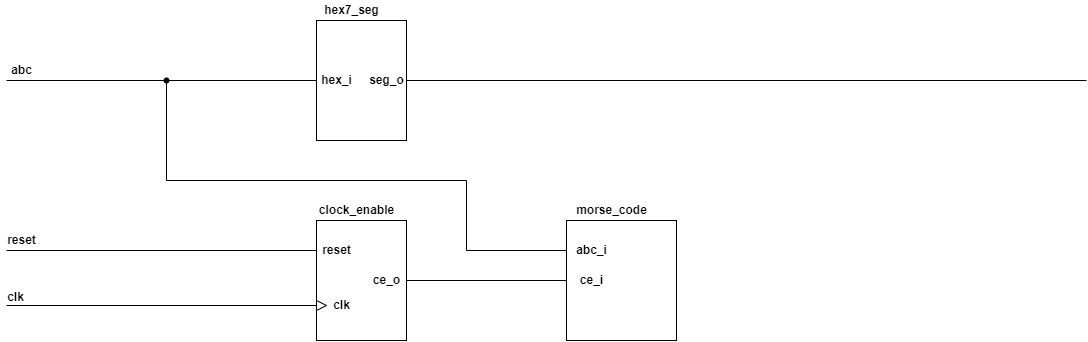
Above: labs/project/top.png in Marxs31/digital-electronics-1 (draw.io), before the change. Source tidied: cells renumbered, new cells last; positions are measured from the earlier drawing's top-left corner, leaving out a move shared by most shapes.
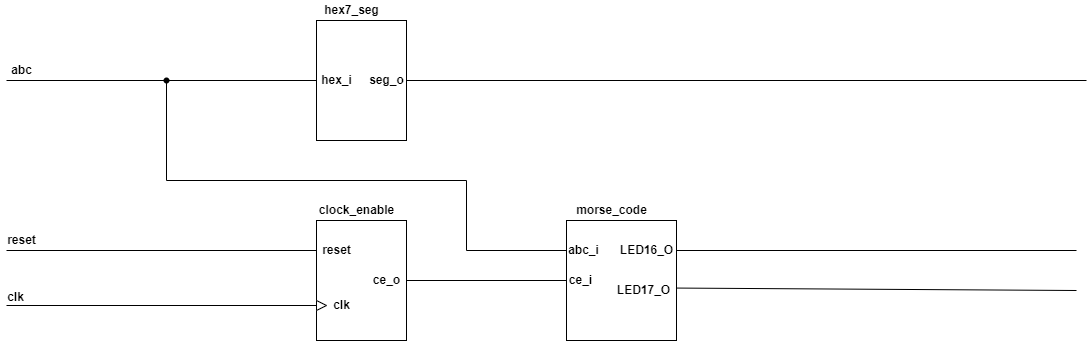
The same file after the commit.

The edit, as a diff of the source:
```diff
@@ -73,10 +73,10 @@
       </mxGeometry>
     </mxCell>
     <mxCell id="21" value="&lt;b&gt;abc_i&lt;/b&gt;" style="text;html=1;align=center;verticalAlign=middle;strokeColor=none;fillColor=none;" parent="1" vertex="1">
-      <mxGeometry x="566" y="240" width="50" height="20" as="geometry" />
+      <mxGeometry x="558" y="240" width="50" height="20" as="geometry" />
     </mxCell>
     <mxCell id="22" value="&lt;b&gt;ce_i&lt;/b&gt;" style="text;html=1;align=center;verticalAlign=middle;strokeColor=none;fillColor=none;" parent="1" vertex="1">
-      <mxGeometry x="571" y="270" width="40" height="20" as="geometry" />
+      <mxGeometry x="560" y="270" width="40" height="20" as="geometry" />
     </mxCell>
     <mxCell id="23" style="shape=waypoint;sketch=0;fillStyle=solid;size=6;points=[];fillColor=none;perimeter=centerPerimeter;snapToPoint=1;" parent="1" vertex="1">
       <mxGeometry x="146" y="60" width="40" height="40" as="geometry" />
@@ -95,5 +95,21 @@
     <mxCell id="27" value="&lt;b&gt;clk&lt;/b&gt;" style="text;html=1;align=center;verticalAlign=middle;strokeColor=none;fillColor=none;" parent="1" vertex="1">
       <mxGeometry y="287" width="30" height="20" as="geometry" />
     </mxCell>
+    <mxCell id="28" style="endArrow=none;html=1;rounded=0;entryX=1;entryY=0.25;entryDx=0;entryDy=0;" parent="1" edge="1" target="18">
+      <mxGeometry relative="1" as="geometry">
+        <mxPoint x="1076" y="250" as="sourcePoint" />
+      </mxGeometry>
+    </mxCell>
+    <mxCell id="29" style="endArrow=none;html=1;rounded=0;exitX=1;exitY=0.563;exitDx=0;exitDy=0;exitPerimeter=0;" parent="1" edge="1" source="18">
+      <mxGeometry relative="1" as="geometry">
+        <mxPoint x="1076" y="290" as="targetPoint" />
+      </mxGeometry>
+    </mxCell>
+    <mxCell id="30" value="&lt;b&gt;LED16_O&lt;/b&gt;" style="text;html=1;align=center;verticalAlign=middle;strokeColor=none;fillColor=none;" parent="1" vertex="1">
+      <mxGeometry x="611" y="240" width="70" height="20" as="geometry" />
+    </mxCell>
+    <mxCell id="31" value="&lt;b&gt;LED17_O&lt;/b&gt;" style="text;html=1;align=center;verticalAlign=middle;strokeColor=none;fillColor=none;" parent="1" vertex="1">
+      <mxGeometry x="608" y="280" width="70" height="20" as="geometry" />
+    </mxCell>
   </root>
 </mxGraphModel>
```
